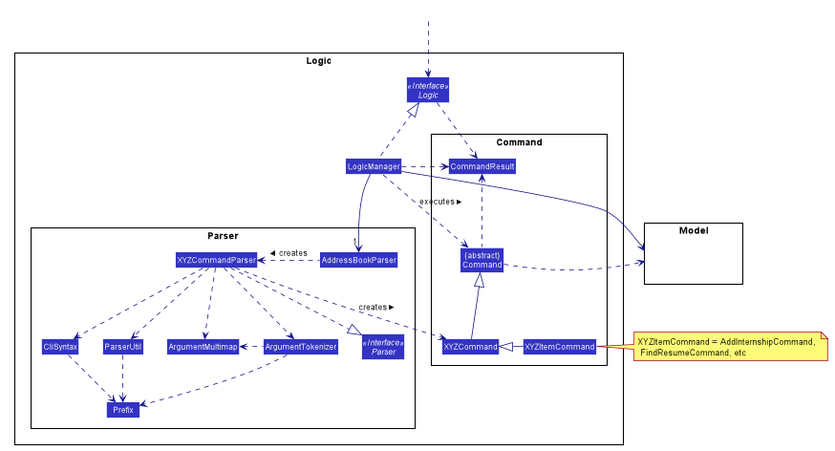
The PlantUML diagram docs/images/LogicClassDiagram.png in wardetu/main, before a commit. Source of this version:
```plantuml
@startuml








skinparam BackgroundColor #FFFFFFF

skinparam Shadowing false

skinparam Class {
    FontColor #FFFFFF
    BorderThickness 1
    BorderColor #FFFFFF
    StereotypeFontColor #FFFFFF
    FontName Arial
}

skinparam Actor {
    BorderColor #000000
    Color #000000
    FontName Arial
}

skinparam Sequence {
    MessageAlign center
    BoxFontSize 15
    BoxPadding 0
    BoxFontColor #FFFFFF
    FontName Arial
}

skinparam Participant {
    FontColor #FFFFFFF
    Padding 20
}

skinparam MinClassWidth 50
skinparam ParticipantPadding 10
skinparam Shadowing false
skinparam DefaultTextAlignment center
skinparam packageStyle Rectangle

hide footbox
hide members
hide circle
skinparam arrowThickness 1.1
skinparam arrowColor #101086
skinparam classBackgroundColor #3333C4

package Logic {

package Parser {
Interface Parser <<Interface>>
Class AddressBookParser
Class XYZCommandParser
Class CliSyntax
Class ParserUtil
Class ArgumentMultimap
Class ArgumentTokenizer
Class Prefix
}

package Command {
Class XYZCommand
Class CommandResult
Class "{abstract}\nCommand" as Command
Class XYZItemCommand
}

Interface Logic <<Interface>>
Class LogicManager
}

package Model{
Class HiddenModel #FFFFFF
}

Class HiddenOutside #FFFFFF
HiddenOutside ..> Logic

LogicManager .up.|> Logic
LogicManager -->"1" AddressBookParser
AddressBookParser .left.> XYZCommandParser: creates >

XYZCommandParser ..> XYZCommand : creates >
XYZCommandParser ..|> Parser
XYZCommandParser ..> ArgumentMultimap
XYZCommandParser ..> ArgumentTokenizer
ArgumentTokenizer .left.> ArgumentMultimap
XYZCommandParser ..> CliSyntax
CliSyntax ..> Prefix
XYZCommandParser ..> ParserUtil
ParserUtil .down.> Prefix
ArgumentTokenizer .down.> Prefix
XYZCommand -up-|> Command
XYZItemCommand -left-|> XYZCommand
LogicManager .left.> Command : executes >

LogicManager --> Model
Command .right.> Model
note right of XYZItemCommand: XYZItemCommand = AddInternshipCommand, \n FindResumeCommand, etc


Logic ..> CommandResult
LogicManager .down.> CommandResult
Command .up.> CommandResult
CommandResult -[hidden]-> Parser
@enduml
```
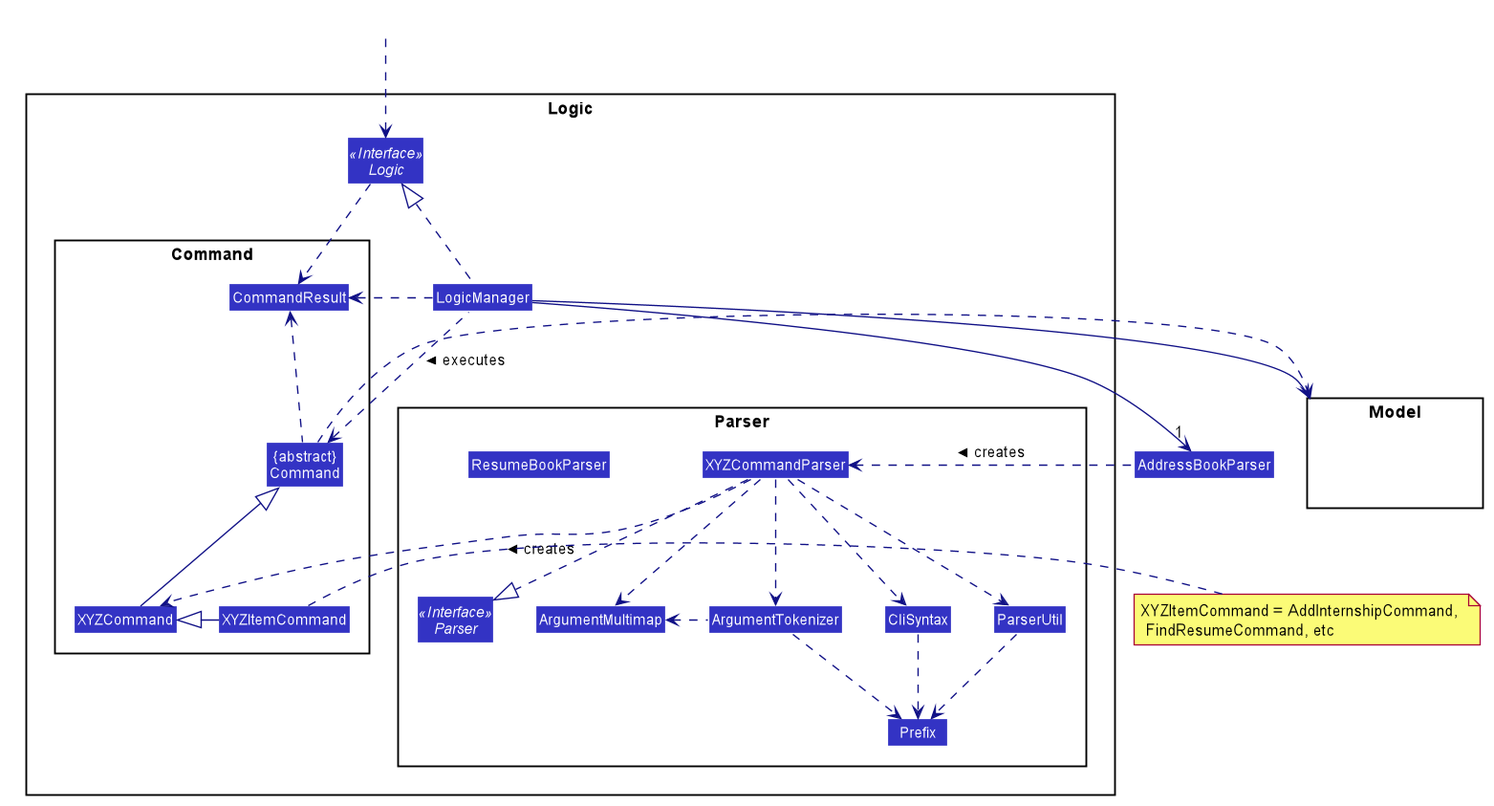
After the change.

Change to the diagram source:
```diff
@@ -7,7 +7,8 @@
 
 
 
-skinparam BackgroundColor #FFFFFFF
+
+skinparam BackgroundColor #DDDDDDD
 
 skinparam Shadowing false
 
@@ -55,7 +56,7 @@
 
 package Parser {
 Interface Parser <<Interface>>
-Class AddressBookParser
+Class ResumeBookParser
 Class XYZCommandParser
 Class CliSyntax
 Class ParserUtil
```
